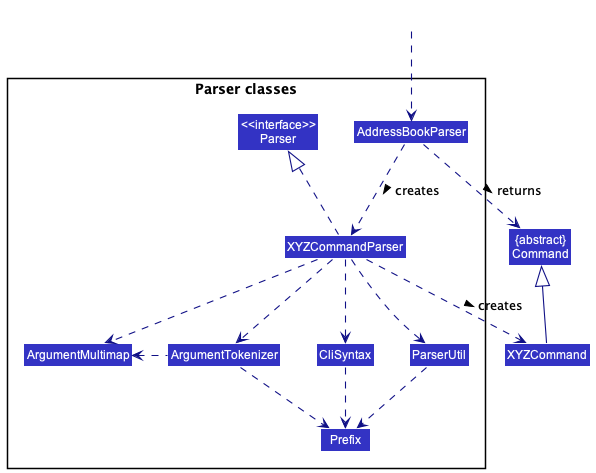
Before: docs/images/ParserClasses.png, a diagram exported from PlantUML (nus-cs2103-AY2223S1/tp).
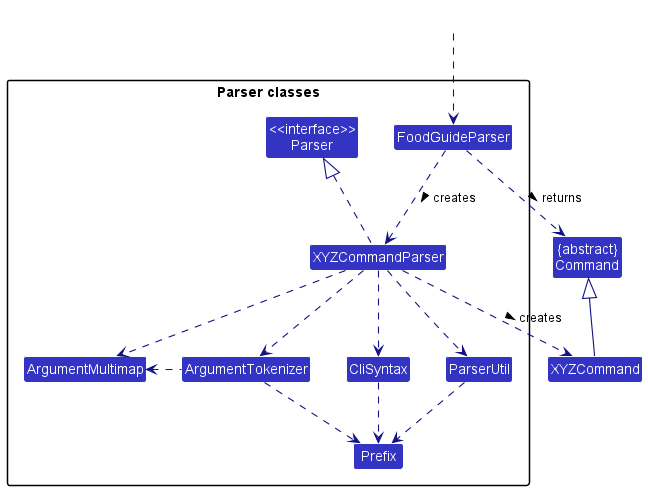
After the change.

Change to the diagram source:
```diff
@@ -9,7 +9,7 @@
 
 package "Parser classes"{
 Class "<<interface>>\nParser" as Parser
-Class AddressBookParser
+Class FoodGuideParser
 Class XYZCommandParser
 Class CliSyntax
 Class ParserUtil
@@ -19,12 +19,12 @@
 }
 
 Class HiddenOutside #FFFFFF
-HiddenOutside ..> AddressBookParser
+HiddenOutside ..> FoodGuideParser
 
-AddressBookParser .down.> XYZCommandParser: creates >
+FoodGuideParser .down.> XYZCommandParser: creates >
 
 XYZCommandParser ..> XYZCommand : creates >
-AddressBookParser ..> Command : returns >
+FoodGuideParser ..> Command : returns >
 XYZCommandParser .up.|> Parser
 XYZCommandParser ..> ArgumentMultimap
 XYZCommandParser ..> ArgumentTokenizer
```
